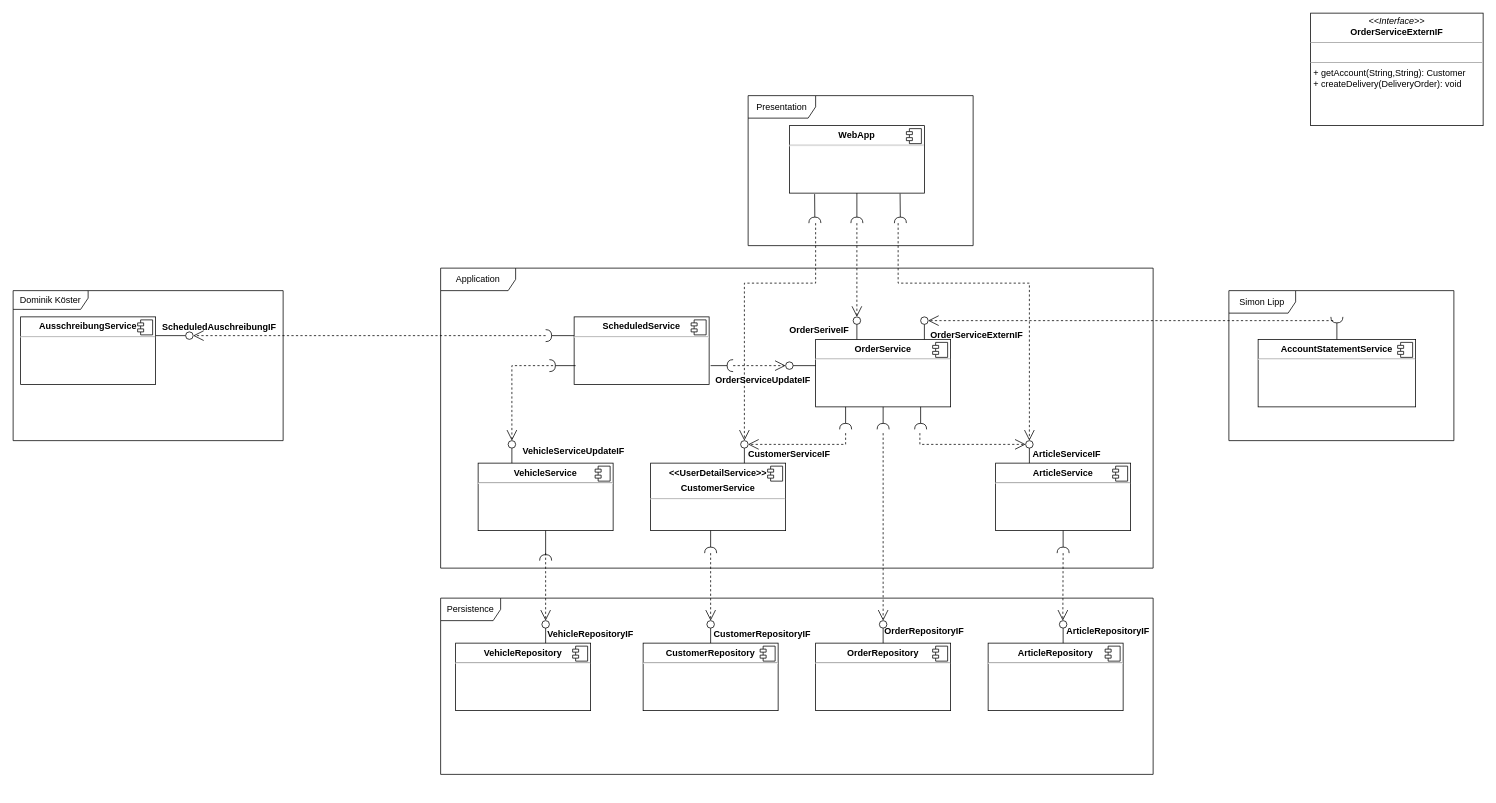
Before: componentDiagram.drawio in MatthiasEberhardt/Softwareentwicklung, a draw.io diagram. Source tidied: cells renumbered, new cells numbered last; positions are measured from the earlier drawing's top-left corner, leaving out a move shared by most shapes. Both pictures are drawn from the tidied source at 75%, with x=0, y=0 at pixel (13, 13).
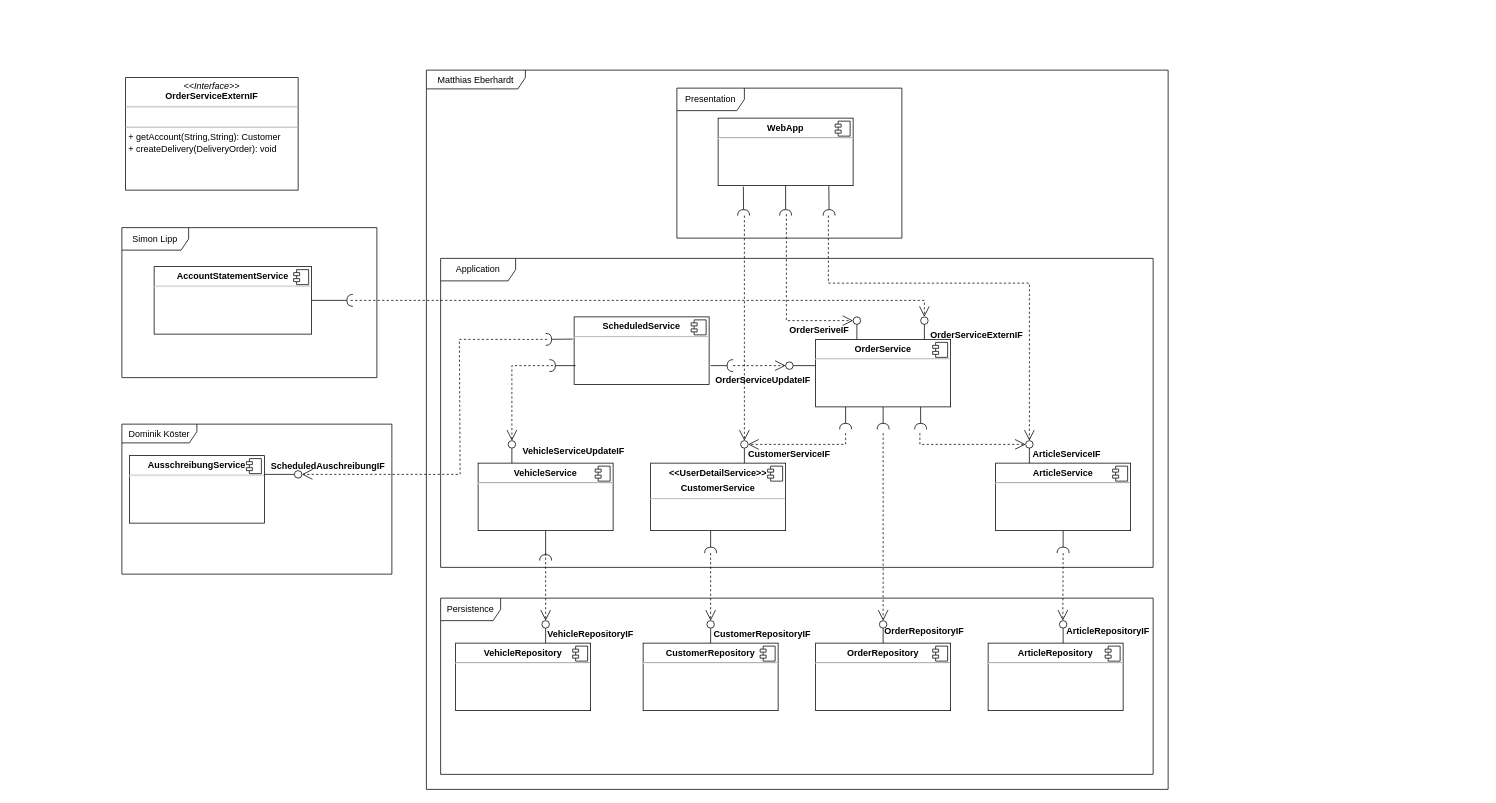
The same page after the edit.

Unchanged cells that the change refers to:
```xml
<mxCell id="10" value="&lt;p style=&quot;margin: 0px ; margin-top: 6px ; text-align: center&quot;&gt;&lt;b&gt;ScheduledService&lt;/b&gt;&lt;/p&gt;&lt;hr&gt;&lt;p style=&quot;margin: 0px ; margin-left: 8px&quot;&gt;&lt;br&gt;&lt;/p&gt;" style="align=left;overflow=fill;html=1;" parent="1" vertex="1">
  <mxGeometry x="748" y="405" width="180" height="90" as="geometry" />
</mxCell>
<mxCell id="28" style="ellipse;whiteSpace=wrap;html=1;align=center;points=[];outlineConnect=0;sketch=0;" parent="1" vertex="1">
  <mxGeometry x="1120" y="405" width="10" height="10" as="geometry" />
</mxCell>
<mxCell id="37" style="ellipse;whiteSpace=wrap;html=1;align=center;points=[];outlineConnect=0;sketch=0;" parent="1" vertex="1">
  <mxGeometry x="1210" y="405" width="10" height="10" as="geometry" />
</mxCell>
<mxCell id="39" style="ellipse;whiteSpace=wrap;html=1;align=center;points=[];outlineConnect=0;sketch=0;" parent="1" vertex="1">
  <mxGeometry x="970" y="570" width="10" height="10" as="geometry" />
</mxCell>
<mxCell id="41" style="ellipse;whiteSpace=wrap;html=1;align=center;points=[];outlineConnect=0;sketch=0;" parent="1" vertex="1">
  <mxGeometry x="1350" y="570" width="10" height="10" as="geometry" />
</mxCell>
```

Change to the diagram source:
```diff
@@
     <mxCell id="4" value="&lt;p style=&quot;margin: 0px ; margin-top: 6px ; text-align: center&quot;&gt;&lt;b&gt;WebApp&lt;/b&gt;&lt;/p&gt;&lt;hr&gt;&lt;p style=&quot;margin: 0px ; margin-left: 8px&quot;&gt;&lt;br&gt;&lt;/p&gt;" style="align=left;overflow=fill;html=1;" parent="1" vertex="1">
-      <mxGeometry x="1035" y="150" width="180" height="90" as="geometry" />
+      <mxGeometry x="940" y="140" width="180" height="90" as="geometry" />
     </mxCell>
@@
     <mxCell id="22" value="&lt;p style=&quot;margin: 0px ; margin-top: 4px ; text-align: center&quot;&gt;&lt;i&gt;&amp;lt;&amp;lt;Interface&amp;gt;&amp;gt;&lt;/i&gt;&lt;br&gt;&lt;b&gt;OrderServiceExternIF&lt;/b&gt;&lt;/p&gt;&lt;hr size=&quot;1&quot;&gt;&lt;p style=&quot;margin: 0px ; margin-left: 4px&quot;&gt;&lt;br&gt;&lt;/p&gt;&lt;hr size=&quot;1&quot;&gt;&lt;p style=&quot;margin: 0px ; margin-left: 4px&quot;&gt;+ getAccount(String,String): Customer&lt;br&gt;&lt;/p&gt;&lt;p style=&quot;margin: 0px ; margin-left: 4px&quot;&gt;+ createDelivery(DeliveryOrder): void&lt;/p&gt;" style="verticalAlign=top;align=left;overflow=fill;fontSize=12;fontFamily=Helvetica;html=1;" parent="1" vertex="1">
-      <mxGeometry x="1730" width="230" height="150" as="geometry" />
+      <mxGeometry x="150" y="86" width="230" height="150" as="geometry" />
     </mxCell>
     <mxCell id="23" value="Presentation" style="shape=umlFrame;whiteSpace=wrap;html=1;width=90;height=30;" parent="1" vertex="1">
-      <mxGeometry x="980" y="110" width="300" height="200" as="geometry" />
+      <mxGeometry x="885" y="100" width="300" height="200" as="geometry" />
     </mxCell>
     <mxCell id="24" value="Application" style="shape=umlFrame;whiteSpace=wrap;html=1;width=100;height=30;" parent="1" vertex="1">
-      <mxGeometry x="570" y="340" width="950" height="400" as="geometry" />
+      <mxGeometry x="570" y="327" width="950" height="412" as="geometry" />
     </mxCell>
@@
-    <mxCell id="27" style="rounded=0;orthogonalLoop=1;jettySize=auto;html=1;endArrow=halfCircle;endFill=0;endSize=6;strokeWidth=1;sketch=0;" parent="1" edge="1">
+    <mxCell id="27" style="rounded=0;jettySize=auto;html=1;endArrow=halfCircle;endFill=0;endSize=6;strokeWidth=1;sketch=0;exitX=-0.01;exitY=0.329;exitDx=0;exitDy=0;exitPerimeter=0;" parent="1" edge="1" source="10">
       <mxGeometry relative="1" as="geometry">
-        <mxPoint x="748" y="430" as="sourcePoint" />
-        <mxPoint x="710" y="430" as="targetPoint" />
+        <mxPoint x="710" y="435" as="targetPoint" />
       </mxGeometry>
     </mxCell>
@@
     <mxCell id="31" style="rounded=0;jettySize=auto;html=1;endArrow=halfCircle;endFill=0;endSize=6;strokeWidth=1;sketch=0;exitX=0.5;exitY=1;exitDx=0;exitDy=0;" parent="1" edge="1" source="4">
       <mxGeometry relative="1" as="geometry">
-        <mxPoint x="1125" y="280" as="targetPoint" />
+        <mxPoint x="1030" y="270" as="targetPoint" />
       </mxGeometry>
     </mxCell>
     <mxCell id="32" style="rounded=0;jettySize=auto;html=1;endArrow=none;endFill=0;sketch=0;sourcePerimeterSpacing=0;targetPerimeterSpacing=0;" parent="1" edge="1" target="33">
       <mxGeometry relative="1" as="geometry">
-        <mxPoint x="190" y="430" as="sourcePoint" />
+        <mxPoint x="335" y="615" as="sourcePoint" />
       </mxGeometry>
     </mxCell>
     <mxCell id="33" style="ellipse;whiteSpace=wrap;html=1;align=center;points=[];outlineConnect=0;sketch=0;" parent="1" vertex="1">
-      <mxGeometry x="230" y="425" width="10" height="10" as="geometry" />
+      <mxGeometry x="375" y="610" width="10" height="10" as="geometry" />
     </mxCell>
@@
     <mxCell id="64" value="&lt;p style=&quot;margin: 0px ; margin-top: 6px ; text-align: center&quot;&gt;&lt;b&gt;AccountStatementService&lt;/b&gt;&lt;/p&gt;&lt;hr&gt;&lt;p style=&quot;margin: 0px ; margin-left: 8px&quot;&gt;&lt;br&gt;&lt;/p&gt;" style="align=left;overflow=fill;html=1;" parent="1" vertex="1">
-      <mxGeometry x="1660" y="435" width="210" height="90" as="geometry" />
+      <mxGeometry x="188" y="338" width="210" height="90" as="geometry" />
     </mxCell>
@@
-    <mxCell id="66" style="rounded=0;jettySize=auto;html=1;endArrow=halfCircle;endFill=0;endSize=6;strokeWidth=1;sketch=0;exitX=0.5;exitY=0;exitDx=0;exitDy=0;" parent="1" edge="1" source="64">
+    <mxCell id="66" style="rounded=0;jettySize=auto;html=1;endArrow=halfCircle;endFill=0;endSize=6;strokeWidth=1;sketch=0;exitX=1;exitY=0.5;exitDx=0;exitDy=0;" parent="1" edge="1" source="64">
       <mxGeometry relative="1" as="geometry">
-        <mxPoint x="1765" y="405" as="targetPoint" />
+        <mxPoint x="453" y="383" as="targetPoint" />
       </mxGeometry>
     </mxCell>
     <mxCell id="67" style="endArrow=open;endSize=12;dashed=1;html=1;rounded=0;" parent="1" edge="1" target="33">
       <mxGeometry relative="1" as="geometry">
-        <mxPoint x="710" y="430" as="sourcePoint" />
+        <mxPoint x="712" y="435" as="sourcePoint" />
+        <Array as="points">
+          <mxPoint x="595" y="435" />
+          <mxPoint x="596" y="615" />
+        </Array>
       </mxGeometry>
     </mxCell>
     <mxCell id="68" style="endArrow=open;endSize=12;dashed=1;html=1;rounded=0;" parent="1" edge="1" target="37">
       <mxGeometry relative="1" as="geometry">
-        <mxPoint x="1760" y="410" as="sourcePoint" />
+        <mxPoint x="450" y="383" as="sourcePoint" />
+        <Array as="points">
+          <mxPoint x="1215" y="383" />
+        </Array>
       </mxGeometry>
     </mxCell>
     <mxCell id="69" style="endArrow=open;endSize=12;dashed=1;html=1;rounded=0;" parent="1" edge="1" target="28">
       <mxGeometry relative="1" as="geometry">
-        <mxPoint x="1125" y="280" as="sourcePoint" />
+        <mxPoint x="1031" y="268" as="sourcePoint" />
+        <Array as="points">
+          <mxPoint x="1031" y="410" />
+        </Array>
       </mxGeometry>
     </mxCell>
@@
     <mxCell id="72" style="rounded=0;jettySize=auto;html=1;endArrow=halfCircle;endFill=0;endSize=6;strokeWidth=1;sketch=0;exitX=0.187;exitY=1.014;exitDx=0;exitDy=0;exitPerimeter=0;" parent="1" edge="1" source="4">
       <mxGeometry relative="1" as="geometry">
-        <mxPoint x="1069" y="280" as="targetPoint" />
+        <mxPoint x="974" y="270" as="targetPoint" />
       </mxGeometry>
     </mxCell>
     <mxCell id="73" style="rounded=0;jettySize=auto;html=1;endArrow=halfCircle;endFill=0;endSize=6;strokeWidth=1;sketch=0;exitX=0.82;exitY=1.007;exitDx=0;exitDy=0;exitPerimeter=0;" parent="1" edge="1" source="4">
       <mxGeometry relative="1" as="geometry">
-        <mxPoint x="1183" y="280" as="targetPoint" />
+        <mxPoint x="1088" y="270" as="targetPoint" />
       </mxGeometry>
     </mxCell>
     <mxCell id="74" value="Dominik Köster" style="shape=umlFrame;whiteSpace=wrap;html=1;width=100;height=25;" parent="1" vertex="1">
-      <mxGeometry y="370" width="360" height="200" as="geometry" />
+      <mxGeometry x="145" y="548" width="360" height="200" as="geometry" />
     </mxCell>
     <mxCell id="75" value="Simon Lipp" style="shape=umlFrame;whiteSpace=wrap;html=1;width=89;height=30;" parent="1" vertex="1">
-      <mxGeometry x="1621" y="370" width="300" height="200" as="geometry" />
+      <mxGeometry x="145" y="286" width="340" height="200" as="geometry" />
     </mxCell>
     <mxCell id="76" style="endArrow=open;endSize=12;dashed=1;html=1;rounded=0;" parent="1" edge="1" target="39">
       <mxGeometry relative="1" as="geometry">
-        <mxPoint x="1070" y="280" as="sourcePoint" />
-        <Array as="points">
-          <mxPoint x="1070" y="360" />
-          <mxPoint x="975" y="360" />
-        </Array>
+        <mxPoint x="975" y="270" as="sourcePoint" />
       </mxGeometry>
     </mxCell>
     <mxCell id="77" style="endArrow=open;endSize=12;dashed=1;html=1;rounded=0;" parent="1" edge="1" target="41">
       <mxGeometry relative="1" as="geometry">
-        <mxPoint x="1180" y="280" as="sourcePoint" />
+        <mxPoint x="1087" y="270" as="sourcePoint" />
         <Array as="points">
-          <mxPoint x="1180" y="360" />
+          <mxPoint x="1087" y="360" />
           <mxPoint x="1355" y="360" />
         </Array>
       </mxGeometry>
     </mxCell>
@@
     <mxCell id="84" value="ScheduledAuschreibungIF" style="text;align=center;fontStyle=1;verticalAlign=middle;spacingLeft=3;spacingRight=3;strokeColor=none;" parent="1" vertex="1">
-      <mxGeometry x="220" y="405" width="110" height="26" as="geometry" />
+      <mxGeometry x="365" y="590" width="110" height="26" as="geometry" />
     </mxCell>
@@
     <mxCell id="89" value="&lt;p style=&quot;margin: 0px ; margin-top: 6px ; text-align: center&quot;&gt;&lt;b&gt;AusschreibungService&lt;/b&gt;&lt;/p&gt;&lt;hr&gt;&lt;p style=&quot;margin: 0px ; margin-left: 8px&quot;&gt;&lt;br&gt;&lt;/p&gt;" style="align=left;overflow=fill;html=1;" parent="1" vertex="1">
-      <mxGeometry x="10" y="405" width="180" height="90" as="geometry" />
+      <mxGeometry x="155" y="590" width="180" height="90" as="geometry" />
     </mxCell>
@@
+    <mxCell id="91" value="Matthias Eberhardt" style="shape=umlFrame;whiteSpace=wrap;html=1;width=132;height=25;" parent="1" vertex="1">
+      <mxGeometry x="551" y="76" width="989" height="959" as="geometry" />
+    </mxCell>
```
